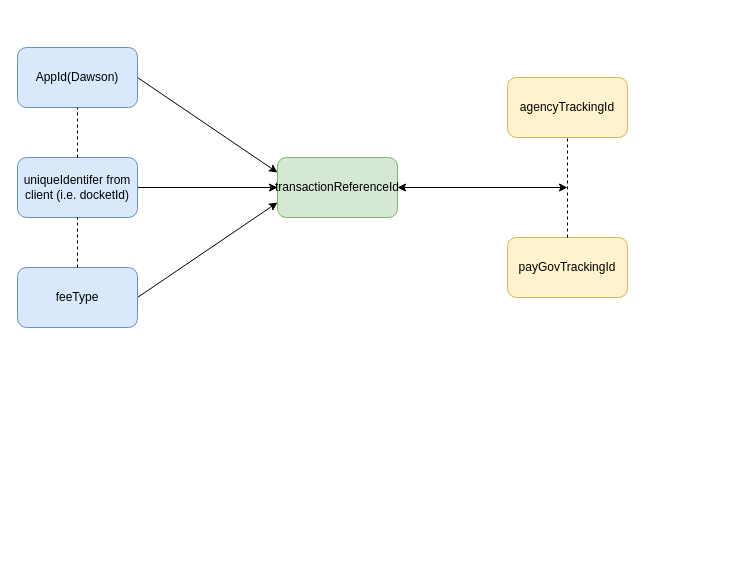
The draw.io diagram docs/diagrams/unique-id.drawio in ustaxcourt/ustc-payment-portal, before the edit. Source tidied: cells renumbered, new cells numbered last; positions are measured from the earlier drawing's top-left corner, leaving out a move shared by most shapes. Both pictures are drawn from the tidied source at 100%, with x=0, y=0 at pixel (17, 47).
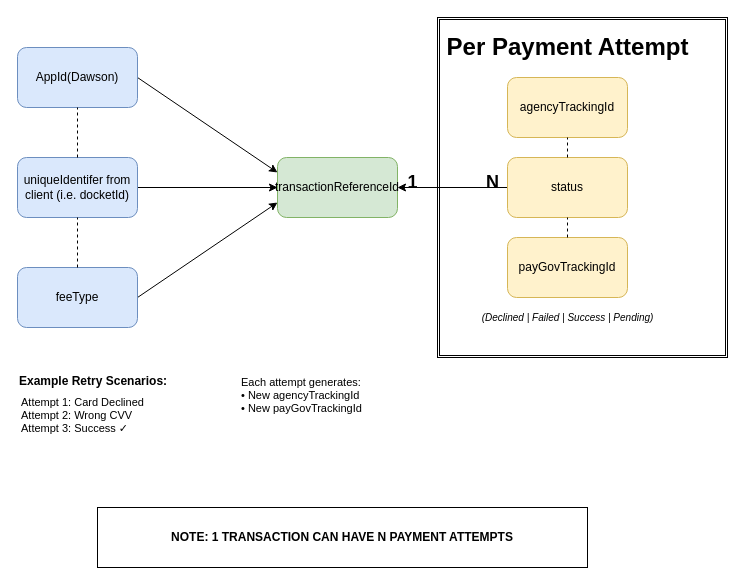
After the change.

Commit message:
Better clarifies that a transaction can have multiple payment attempts before succeeding, cancelling, or approved fail case

The change refers to these unchanged cells:
```xml
<mxCell id="3" value="AppId(Dawson)" style="rounded=1;whiteSpace=wrap;html=1;fillColor=#dae8fc;strokeColor=#6c8ebf;" parent="1" vertex="1">
  <mxGeometry width="120" height="60" as="geometry" />
</mxCell>
<mxCell id="5" value="uniqueIdentifer from client (i.e. docketId)" style="rounded=1;whiteSpace=wrap;html=1;fillColor=#dae8fc;strokeColor=#6c8ebf;" parent="1" vertex="1">
  <mxGeometry y="110" width="120" height="60" as="geometry" />
</mxCell>
<mxCell id="7" value="feeType" style="rounded=1;whiteSpace=wrap;html=1;fillColor=#dae8fc;strokeColor=#6c8ebf;" parent="1" vertex="1">
  <mxGeometry y="220" width="120" height="60" as="geometry" />
</mxCell>
<mxCell id="9" value="agencyTrackingId" style="rounded=1;whiteSpace=wrap;html=1;fillColor=#fff2cc;strokeColor=#d6b656;" parent="1" vertex="1">
  <mxGeometry x="490" y="30" width="120" height="60" as="geometry" />
</mxCell>
<mxCell id="10" value="payGovTrackingId" style="rounded=1;whiteSpace=wrap;html=1;fillColor=#fff2cc;strokeColor=#d6b656;" parent="1" vertex="1">
  <mxGeometry x="490" y="190" width="120" height="60" as="geometry" />
</mxCell>
```

The edit, as a diff of the source:
```diff
@@
+    <mxCell id="15" style="shape=ext;double=1;rounded=0;whiteSpace=wrap;html=1;" parent="1" vertex="1">
+      <mxGeometry x="420" y="-30" width="290" height="340" as="geometry" />
+    </mxCell>
+    <mxCell id="13" style="endArrow=none;dashed=1;html=1;entryX=0.5;entryY=1;entryDx=0;entryDy=0;exitX=0.5;exitY=0;exitDx=0;exitDy=0;" parent="1" edge="1" source="7" target="5">
+      <mxGeometry relative="1" as="geometry" />
+    </mxCell>
+    <mxCell id="14" style="endArrow=none;dashed=1;html=1;entryX=0.5;entryY=1;entryDx=0;entryDy=0;exitX=0.5;exitY=0;exitDx=0;exitDy=0;" parent="1" edge="1" source="5" target="3">
+      <mxGeometry relative="1" as="geometry" />
+    </mxCell>
@@
-    <mxCell id="11" style="endArrow=none;dashed=1;html=1;entryX=0.5;entryY=1;entryDx=0;entryDy=0;exitX=0.5;exitY=0;exitDx=0;exitDy=0;" parent="1" edge="1" source="10" target="9">
-      <mxGeometry relative="1" as="geometry" />
-    </mxCell>
@@
-    <mxCell id="13" style="endArrow=none;dashed=1;html=1;entryX=0.5;entryY=1;entryDx=0;entryDy=0;exitX=0.5;exitY=0;exitDx=0;exitDy=0;" parent="1" edge="1" source="7" target="5">
-      <mxGeometry relative="1" as="geometry" />
-    </mxCell>
-    <mxCell id="14" style="endArrow=none;dashed=1;html=1;entryX=0.5;entryY=1;entryDx=0;entryDy=0;exitX=0.5;exitY=0;exitDx=0;exitDy=0;" parent="1" edge="1" source="5" target="3">
-      <mxGeometry relative="1" as="geometry" />
-    </mxCell>
+    <mxCell id="16" value="Per Payment Attempt" style="text;strokeColor=none;fillColor=none;html=1;fontSize=24;fontStyle=1;verticalAlign=middle;align=center;" parent="1" vertex="1">
+      <mxGeometry x="500" y="-20" width="100" height="40" as="geometry" />
+    </mxCell>
+    <mxCell id="17" value="1" style="text;strokeColor=none;fillColor=none;html=1;fontSize=18;fontStyle=1;verticalAlign=middle;align=center;" parent="1" vertex="1">
+      <mxGeometry x="380" y="120" width="30" height="30" as="geometry" />
+    </mxCell>
+    <mxCell id="18" value="N" style="text;strokeColor=none;fillColor=none;html=1;fontSize=18;fontStyle=1;verticalAlign=middle;align=center;" parent="1" vertex="1">
+      <mxGeometry x="460" y="120" width="30" height="30" as="geometry" />
+    </mxCell>
+    <mxCell id="19" value="Example Retry Scenarios:" style="text;strokeColor=none;fillColor=none;html=1;fontSize=12;fontStyle=1;verticalAlign=top;align=left;" parent="1" vertex="1">
+      <mxGeometry y="320" width="180" height="20" as="geometry" />
+    </mxCell>
+    <mxCell id="20" value="Attempt 1: Card Declined&#10;Attempt 2: Wrong CVV&#10;Attempt 3: Success ✓" style="text;strokeColor=none;fillColor=none;html=1;fontSize=11;verticalAlign=top;align=left;spacing=4;" parent="1" vertex="1">
+      <mxGeometry y="340" width="180" height="60" as="geometry" />
+    </mxCell>
+    <mxCell id="21" value="Each attempt generates:&lt;br&gt;• New agencyTrackingId&lt;br&gt;• New payGovTrackingId&lt;div&gt;&lt;br/&gt;&lt;/div&gt;" style="text;strokeColor=none;fillColor=none;html=1;fontSize=11;verticalAlign=top;align=left;spacing=4;" parent="1" vertex="1">
+      <mxGeometry x="220" y="320" width="180" height="80" as="geometry" />
+    </mxCell>
+    <mxCell id="22" value="status" style="rounded=1;whiteSpace=wrap;html=1;fillColor=#fff2cc;strokeColor=#d6b656;" parent="1" vertex="1">
+      <mxGeometry x="490" y="110" width="120" height="60" as="geometry" />
+    </mxCell>
+    <mxCell id="23" style="endArrow=none;dashed=1;html=1;entryX=0.5;entryY=1;entryDx=0;entryDy=0;exitX=0.5;exitY=0;exitDx=0;exitDy=0;" parent="1" edge="1" source="22" target="9">
+      <mxGeometry relative="1" as="geometry" />
+    </mxCell>
+    <mxCell id="24" style="endArrow=none;dashed=1;html=1;entryX=0.5;entryY=1;entryDx=0;entryDy=0;exitX=0.5;exitY=0;exitDx=0;exitDy=0;" parent="1" edge="1" source="10" target="22">
+      <mxGeometry relative="1" as="geometry" />
+    </mxCell>
+    <mxCell id="25" value="(Declined | Failed | Success | Pending)" style="text;strokeColor=none;fillColor=none;html=1;fontSize=10;fontStyle=2;verticalAlign=middle;align=center;" parent="1" vertex="1">
+      <mxGeometry x="450" y="260" width="200" height="20" as="geometry" />
+    </mxCell>
+    <mxCell id="26" value="&lt;b&gt;NOTE: 1 TRANSACTION CAN HAVE N PAYMENT ATTEMPTS&lt;/b&gt;" style="rounded=0;whiteSpace=wrap;html=1;" parent="1" vertex="1">
+      <mxGeometry x="80" y="460" width="490" height="60" as="geometry" />
+    </mxCell>
```
